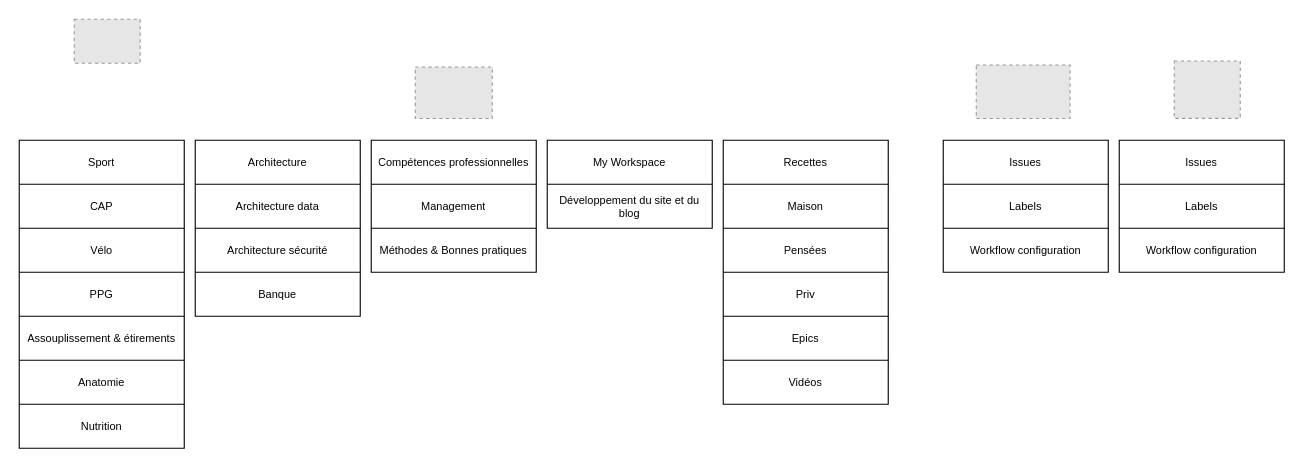
Above: MyDesktop.drawio in TheFeloDevTeam/Diagrams (draw.io), before the change. Source tidied: cells renumbered, new cells numbered last; positions are measured from the earlier drawing's top-left corner, leaving out a move shared by most shapes. Both pictures are drawn from the tidied source at 110%, with x=0, y=0 at pixel (19, 19). Pictures stored in the file or linked from it are replaced by grey dashed boxes.
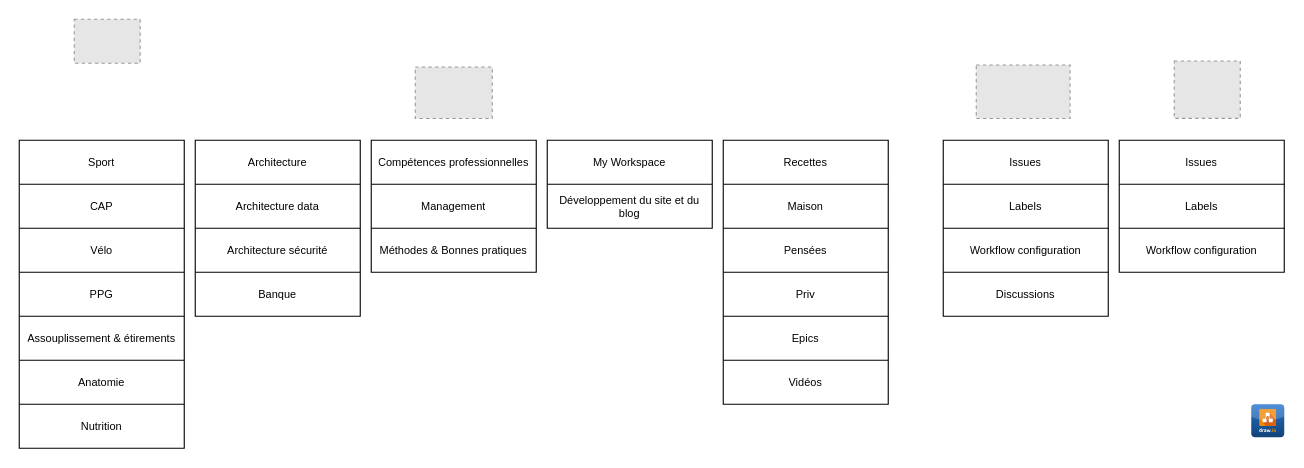
Above is the later version.

What changed in the source:
```diff
@@
     <mxCell id="15" style="shape=table;html=1;whiteSpace=wrap;startSize=0;childLayout=tableLayout;fontSize=10;spacing=4;" parent="1" vertex="1">
-      <mxGeometry x="840" y="110" width="150" height="120" as="geometry" />
+      <mxGeometry x="840" y="110" width="150" height="160" as="geometry" />
     </mxCell>
@@
+    <mxCell id="71" style="shape=partialRectangle;html=1;whiteSpace=wrap;fillColor=none;top=0;left=0;bottom=0;right=0;fontSize=10;" parent="15" vertex="1">
+      <mxGeometry y="120" width="150" height="40" as="geometry" />
+    </mxCell>
+    <mxCell id="72" value="Discussions" style="shape=partialRectangle;html=1;whiteSpace=wrap;fillColor=none;top=0;left=0;bottom=0;right=0;overflow=hidden;fontSize=10;" parent="71" vertex="1">
+      <mxGeometry width="150" height="40" as="geometry" />
+    </mxCell>
@@
+    <mxCell id="73" style="dashed=0;html=1;align=center;labelPosition=center;verticalLabelPosition=bottom;verticalAlign=top;shape=mxgraph.webicons.drawio2;fillColor=#2174CE;gradientColor=#134277;" parent="1" vertex="1">
+      <mxGeometry x="1120" y="350" width="30" height="30" as="geometry" />
+    </mxCell>
```
